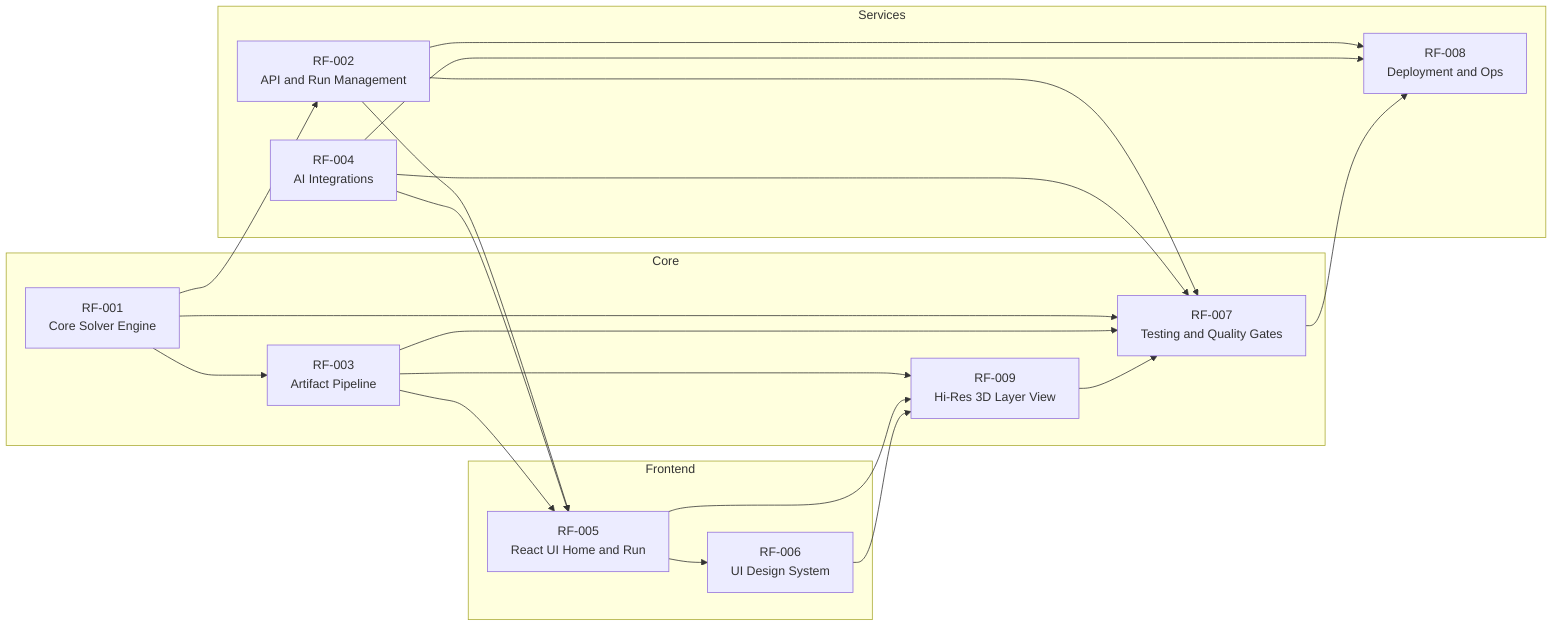
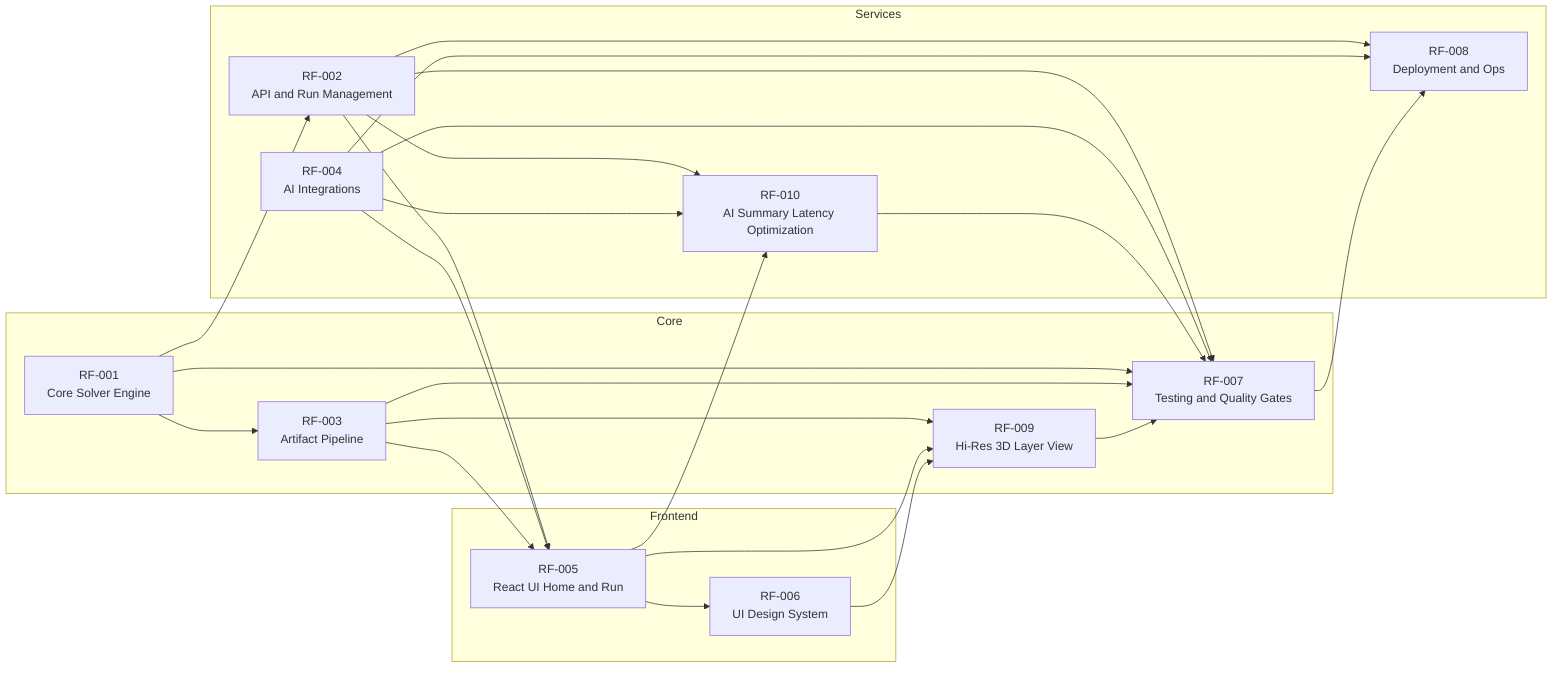
graph LR
    subgraph Core
        RF001[RF-001<br/>Core Solver Engine]
        RF003[RF-003<br/>Artifact Pipeline]
        RF007[RF-007<br/>Testing and Quality Gates]
        RF009[RF-009<br/>Hi-Res 3D Layer View]
    end

    subgraph Services
        RF002[RF-002<br/>API and Run Management]
        RF004[RF-004<br/>AI Integrations]
+         RF010[RF-010<br/>AI Summary Latency Optimization]
        RF008[RF-008<br/>Deployment and Ops]
    end

    subgraph Frontend
        RF005[RF-005<br/>React UI Home and Run]
        RF006[RF-006<br/>UI Design System]
    end

    RF001 --> RF002
    RF001 --> RF003
    RF002 --> RF005
    RF003 --> RF005
    RF004 --> RF005
    RF005 --> RF006
    RF001 --> RF007
    RF002 --> RF007
    RF003 --> RF007
    RF004 --> RF007
    RF002 --> RF008
    RF004 --> RF008
    RF007 --> RF008
    RF003 --> RF009
    RF005 --> RF009
    RF006 --> RF009
    RF009 --> RF007
+     RF002 --> RF010
+     RF004 --> RF010
+     RF005 --> RF010
+     RF010 --> RF007
